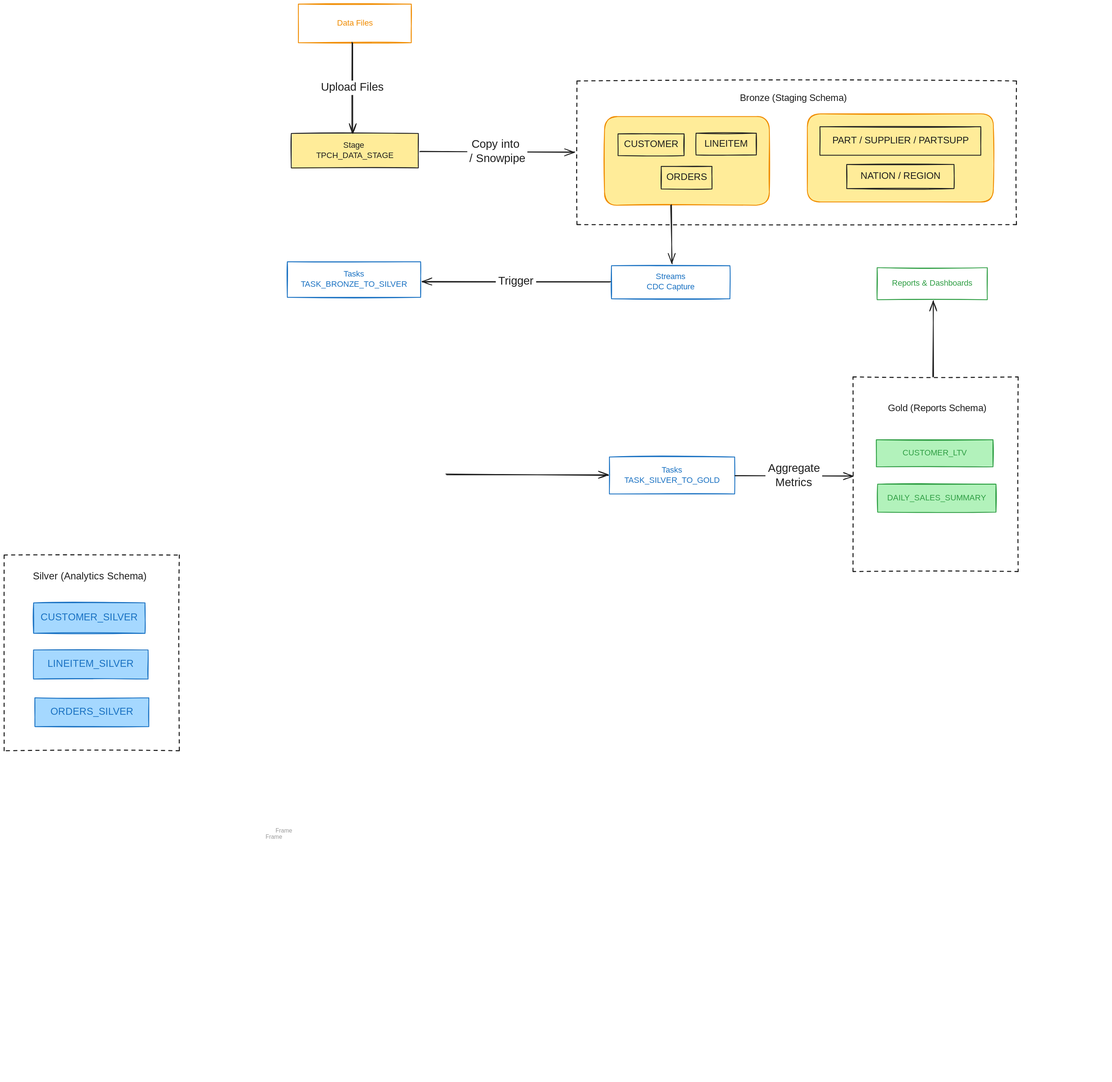
The Excalidraw diagram dataflow.excalidraw.svg in thuuyen109/snowflake-tpch-analytics, before a commit. Source tidied: one line per element, renumbered; positions are measured from the earlier drawing's top-left corner, leaving out a move shared by most shapes. The source it was exported from:
```json
{"id": 0, "type": "rectangle", "strokeColor": "#f08c00", "strokeWidth": 2, "roughness": 1, "x": 717, "y": 0, "width": 275, "height": 94}
{"id": 1, "type": "rectangle", "strokeColor": "#1e1e1e", "backgroundColor": "#ffec99", "fillStyle": "solid", "strokeWidth": 2, "roughness": 1, "x": 700, "y": 315, "width": 310, "height": 84}
{"id": 2, "type": "rectangle", "strokeColor": "#1971c2", "strokeWidth": 2, "roughness": 1, "x": 1480, "y": 637, "width": 289, "height": 81}
{"id": 3, "type": "rectangle", "strokeColor": "#1971c2", "strokeWidth": 2, "roughness": 1, "x": 690, "y": 627, "width": 325, "height": 87}
{"id": 4, "type": "rectangle", "strokeColor": "#1971c2", "strokeWidth": 2, "roughness": 1, "x": 1475, "y": 1103, "width": 305, "height": 90}
{"id": 5, "type": "rectangle", "strokeColor": "#2f9e44", "strokeWidth": 2, "roughness": 1, "x": 2127, "y": 642, "width": 268, "height": 78}
{"id": 6, "type": "text", "text": "Data Files", "strokeColor": "#f08c00", "strokeWidth": 2, "roughness": 1, "fontSize": 20, "fontFamily": 5, "textAlign": "center", "verticalAlign": "middle", "inside": 0, "x": 804, "y": 34, "width": 102, "height": 25}
{"id": 7, "type": "text", "text": "Stage \nTPCH_DATA_STAGE", "strokeColor": "#1e1e1e", "strokeWidth": 2, "roughness": 1, "fontSize": 20, "fontFamily": 5, "textAlign": "center", "verticalAlign": "middle", "inside": 1, "x": 751, "y": 332, "width": 207, "height": 50}
{"id": 8, "type": "rectangle", "strokeColor": "#f08c00", "backgroundColor": "#ffec99", "fillStyle": "solid", "strokeWidth": 2, "roughness": 1, "round": true, "x": 1957, "y": 267, "width": 453, "height": 215}
{"id": 9, "type": "rectangle", "strokeColor": "#f08c00", "backgroundColor": "#ffec99", "fillStyle": "solid", "strokeWidth": 2, "roughness": 1, "round": true, "x": 1463, "y": 274, "width": 402, "height": 216}
{"id": 10, "type": "rectangle", "strokeColor": "#1e1e1e", "strokeWidth": 2, "strokeStyle": "dashed", "roughness": 1, "x": 1396, "y": 187, "width": 1071, "height": 350}
{"id": 11, "type": "text", "text": "Bronze (Staging Schema)", "strokeColor": "#1e1e1e", "strokeWidth": 2, "roughness": 1, "fontSize": 23.16, "fontFamily": 5, "textAlign": "center", "x": 1783, "y": 215, "width": 281, "height": 29}
{"id": 12, "type": "rectangle", "strokeColor": "#1e1e1e", "strokeWidth": 2, "roughness": 1, "x": 1601, "y": 395, "width": 124, "height": 55}
{"id": 13, "type": "rectangle", "strokeColor": "#1e1e1e", "strokeWidth": 2, "roughness": 1, "x": 1686, "y": 314, "width": 147, "height": 53}
{"id": 14, "type": "rectangle", "strokeColor": "#1e1e1e", "strokeWidth": 2, "roughness": 1, "x": 1988, "y": 299, "width": 392, "height": 69}
{"id": 15, "type": "rectangle", "strokeColor": "#1e1e1e", "strokeWidth": 2, "roughness": 1, "x": 2053, "y": 390, "width": 262, "height": 59}
{"id": 16, "type": "text", "text": "ORDERS", "strokeColor": "#1e1e1e", "strokeWidth": 2, "roughness": 1, "fontSize": 23.16, "fontFamily": 5, "textAlign": "center", "verticalAlign": "middle", "inside": 12, "x": 1613, "y": 408, "width": 101, "height": 29}
{"id": 17, "type": "text", "text": "LINEITEM", "strokeColor": "#1e1e1e", "strokeWidth": 2, "roughness": 1, "fontSize": 23.16, "fontFamily": 5, "textAlign": "center", "verticalAlign": "middle", "inside": 13, "x": 1698, "y": 326, "width": 123, "height": 29}
{"id": 18, "type": "text", "text": "PART / SUPPLIER / PARTSUPP", "strokeColor": "#1e1e1e", "strokeWidth": 2, "roughness": 1, "fontSize": 23.16, "fontFamily": 5, "textAlign": "center", "verticalAlign": "middle", "inside": 14, "x": 1994, "y": 319, "width": 381, "height": 29}
{"id": 19, "type": "text", "text": "NATION / REGION", "strokeColor": "#1e1e1e", "strokeWidth": 2, "roughness": 1, "fontSize": 23.16, "fontFamily": 5, "textAlign": "center", "verticalAlign": "middle", "inside": 15, "x": 2074, "y": 405, "width": 220, "height": 29}
{"id": 20, "type": "rectangle", "strokeColor": "#1e1e1e", "strokeWidth": 2, "roughness": 1, "x": 1496, "y": 316, "width": 161, "height": 53}
{"id": 21, "type": "text", "text": "CUSTOMER", "strokeColor": "#1e1e1e", "strokeWidth": 2, "roughness": 1, "fontSize": 23.16, "fontFamily": 5, "textAlign": "center", "verticalAlign": "middle", "inside": 20, "x": 1509, "y": 328, "width": 135, "height": 29}
{"id": 22, "type": "text", "text": "Streams\nCDC Capture", "strokeColor": "#1971c2", "strokeWidth": 2, "roughness": 1, "fontSize": 20, "fontFamily": 5, "textAlign": "center", "verticalAlign": "middle", "inside": 2, "x": 1562, "y": 652, "width": 124, "height": 50}
{"id": 23, "type": "text", "text": "Tasks\nTASK_BRONZE_TO_SILVER", "strokeColor": "#1971c2", "strokeWidth": 2, "roughness": 1, "fontSize": 20, "fontFamily": 5, "textAlign": "center", "verticalAlign": "middle", "inside": 3, "x": 708, "y": 646, "width": 288, "height": 50}
{"id": 24, "type": "text", "text": "Tasks\nTASK_SILVER_TO_GOLD", "strokeColor": "#1971c2", "strokeWidth": 2, "roughness": 1, "fontSize": 20, "fontFamily": 5, "textAlign": "center", "verticalAlign": "middle", "inside": 4, "x": 1499, "y": 1123, "width": 257, "height": 50}
{"id": 25, "type": "text", "text": "Reports & Dashboards", "strokeColor": "#2f9e44", "strokeWidth": 2, "roughness": 1, "fontSize": 20, "fontFamily": 5, "textAlign": "center", "verticalAlign": "middle", "inside": 5, "x": 2149, "y": 668, "width": 224, "height": 25}
{"id": 26, "type": "arrow", "strokeColor": "#1e1e1e", "strokeWidth": 2, "roughness": 1, "endArrowhead": "arrow", "round": true, "from": 0, "to": 1, "x": 849, "y": 94, "width": 1, "height": 220, "points": [[0, 0], [-1, 220]]}
{"id": 27, "type": "text", "text": "Upload Files", "strokeColor": "#1e1e1e", "strokeWidth": 2, "roughness": 1, "fontSize": 28, "fontFamily": 5, "textAlign": "center", "verticalAlign": "middle", "inside": 26, "x": 699, "y": 1214, "width": 165, "height": 35}
{"id": 28, "type": "arrow", "strokeColor": "#1e1e1e", "backgroundColor": "#a5d8ff", "fillStyle": "solid", "strokeWidth": 2, "roughness": 1, "endArrowhead": "arrow", "round": true, "from": 1, "to": 10, "x": 1013, "y": 359, "width": 378, "height": 2, "points": [[0, 0], [378, 2]]}
{"id": 29, "type": "text", "text": "Copy into \n/ Snowpipe", "strokeColor": "#1e1e1e", "backgroundColor": "#a5d8ff", "fillStyle": "solid", "strokeWidth": 2, "roughness": 1, "fontSize": 28, "fontFamily": 5, "textAlign": "center", "verticalAlign": "middle", "inside": 28, "x": 1061, "y": 1353, "width": 146, "height": 70}
{"id": 30, "type": "arrow", "strokeColor": "#1e1e1e", "backgroundColor": "#a5d8ff", "fillStyle": "solid", "strokeWidth": 2, "roughness": 1, "endArrowhead": "arrow", "round": true, "from": 9, "to": 2, "x": 1624, "y": 490, "width": 4, "height": 142, "points": [[0, 0], [4, 142]]}
{"id": 31, "type": "arrow", "strokeColor": "#1e1e1e", "strokeWidth": 2, "roughness": 1, "endArrowhead": "arrow", "round": true, "from": 2, "to": 3, "x": 1476, "y": 676, "width": 458, "height": 1, "points": [[0, 0], [-458, -1]]}
{"id": 32, "type": "text", "text": "Trigger", "strokeColor": "#1e1e1e", "strokeWidth": 2, "strokeStyle": "dashed", "roughness": 1, "fontSize": 28, "fontFamily": 5, "textAlign": "center", "verticalAlign": "middle", "inside": 31, "x": 1131, "y": 1686, "width": 98, "height": 35}
{"id": 33, "type": "arrow", "strokeColor": "#1e1e1e", "strokeWidth": 2, "roughness": 1, "endArrowhead": "arrow", "round": true, "to": 4, "x": 1077, "y": 1145, "width": 395, "height": 2, "points": [[0, 0], [395, 2]]}
{"id": 34, "type": "rectangle", "strokeColor": "#1e1e1e", "strokeWidth": 2, "strokeStyle": "dashed", "roughness": 1, "x": 2069, "y": 908, "width": 402, "height": 474}
{"id": 35, "type": "rectangle", "strokeColor": "#2f9e44", "backgroundColor": "#b2f2bb", "fillStyle": "solid", "strokeWidth": 2, "roughness": 1, "x": 2125, "y": 1061, "width": 284, "height": 66}
{"id": 36, "type": "rectangle", "strokeColor": "#2f9e44", "backgroundColor": "#b2f2bb", "fillStyle": "solid", "strokeWidth": 2, "roughness": 1, "x": 2129, "y": 1169, "width": 288, "height": 68}
{"id": 37, "type": "text", "text": "CUSTOMER_LTV", "strokeColor": "#2f9e44", "strokeWidth": 2, "roughness": 1, "fontSize": 20, "fontFamily": 5, "textAlign": "center", "verticalAlign": "middle", "inside": 35, "x": 2183, "y": 1081, "width": 168, "height": 25}
{"id": 38, "type": "text", "text": "DAILY_SALES_SUMMARY", "strokeColor": "#2f9e44", "strokeWidth": 2, "roughness": 1, "fontSize": 20, "fontFamily": 5, "textAlign": "center", "verticalAlign": "middle", "inside": 36, "x": 2148, "y": 1191, "width": 249, "height": 25}
{"id": 39, "type": "text", "text": "Gold (Reports Schema)", "strokeColor": "#1e1e1e", "strokeWidth": 2, "roughness": 1, "fontSize": 23.55, "fontFamily": 5, "textAlign": "center", "x": 2141, "y": 970, "width": 265, "height": 29}
{"id": 40, "type": "arrow", "strokeColor": "#1e1e1e", "backgroundColor": "#b2f2bb", "fillStyle": "solid", "strokeWidth": 2, "roughness": 1, "endArrowhead": "arrow", "round": true, "from": 4, "to": 34, "x": 1781, "y": 1148, "width": 286, "height": 2, "points": [[0, 0], [286, 2]]}
{"id": 41, "type": "text", "text": "Aggregate\nMetrics", "strokeColor": "#1e1e1e", "backgroundColor": "#b2f2bb", "fillStyle": "solid", "strokeWidth": 2, "roughness": 1, "fontSize": 28, "fontFamily": 5, "textAlign": "center", "verticalAlign": "middle", "inside": 40, "x": 1788, "y": 2142, "width": 138, "height": 70}
{"id": 42, "type": "arrow", "strokeColor": "#1e1e1e", "angle": 0.04, "backgroundColor": "#b2f2bb", "fillStyle": "solid", "strokeWidth": 2, "roughness": 1, "endArrowhead": "arrow", "round": true, "from": 34, "to": 5, "x": 2267, "y": 907, "width": 7, "height": 185, "points": [[0, 0], [-7, -185]]}
{"id": 43, "type": "rectangle", "strokeColor": "#1971c2", "backgroundColor": "#a5d8ff", "fillStyle": "solid", "strokeWidth": 2, "roughness": 1, "x": 75, "y": 1689, "width": 278, "height": 70}
{"id": 44, "type": "rectangle", "strokeColor": "#1971c2", "backgroundColor": "#a5d8ff", "fillStyle": "solid", "strokeWidth": 2, "roughness": 1, "x": 72, "y": 1458, "width": 272, "height": 74}
{"id": 45, "type": "rectangle", "strokeColor": "#1971c2", "backgroundColor": "#a5d8ff", "fillStyle": "solid", "strokeWidth": 2, "roughness": 1, "x": 72, "y": 1573, "width": 279, "height": 71}
{"id": 46, "type": "text", "text": "Silver (Analytics Schema)", "strokeColor": "#1e1e1e", "strokeWidth": 2, "roughness": 1, "fontSize": 23.64, "fontFamily": 5, "textAlign": "center", "x": 66, "y": 1380, "width": 285, "height": 30}
{"id": 47, "type": "text", "text": "ORDERS_SILVER", "strokeColor": "#1971c2", "strokeWidth": 2, "roughness": 1, "fontSize": 23.64, "fontFamily": 5, "textAlign": "center", "verticalAlign": "middle", "inside": 43, "x": 110, "y": 1709, "width": 207, "height": 30}
{"id": 48, "type": "text", "text": "CUSTOMER_SILVER", "strokeColor": "#1971c2", "strokeWidth": 2, "roughness": 1, "fontSize": 23.64, "fontFamily": 5, "textAlign": "center", "verticalAlign": "middle", "inside": 44, "x": 87, "y": 1480, "width": 242, "height": 30}
{"id": 49, "type": "text", "text": "LINEITEM_SILVER", "strokeColor": "#1971c2", "strokeWidth": 2, "roughness": 1, "fontSize": 23.64, "fontFamily": 5, "textAlign": "center", "verticalAlign": "middle", "inside": 45, "x": 96, "y": 1593, "width": 230, "height": 30}
{"id": 50, "type": "rectangle", "strokeColor": "#1e1e1e", "strokeWidth": 2, "strokeStyle": "dashed", "roughness": 1, "x": 0, "y": 1342, "width": 427, "height": 477}
```
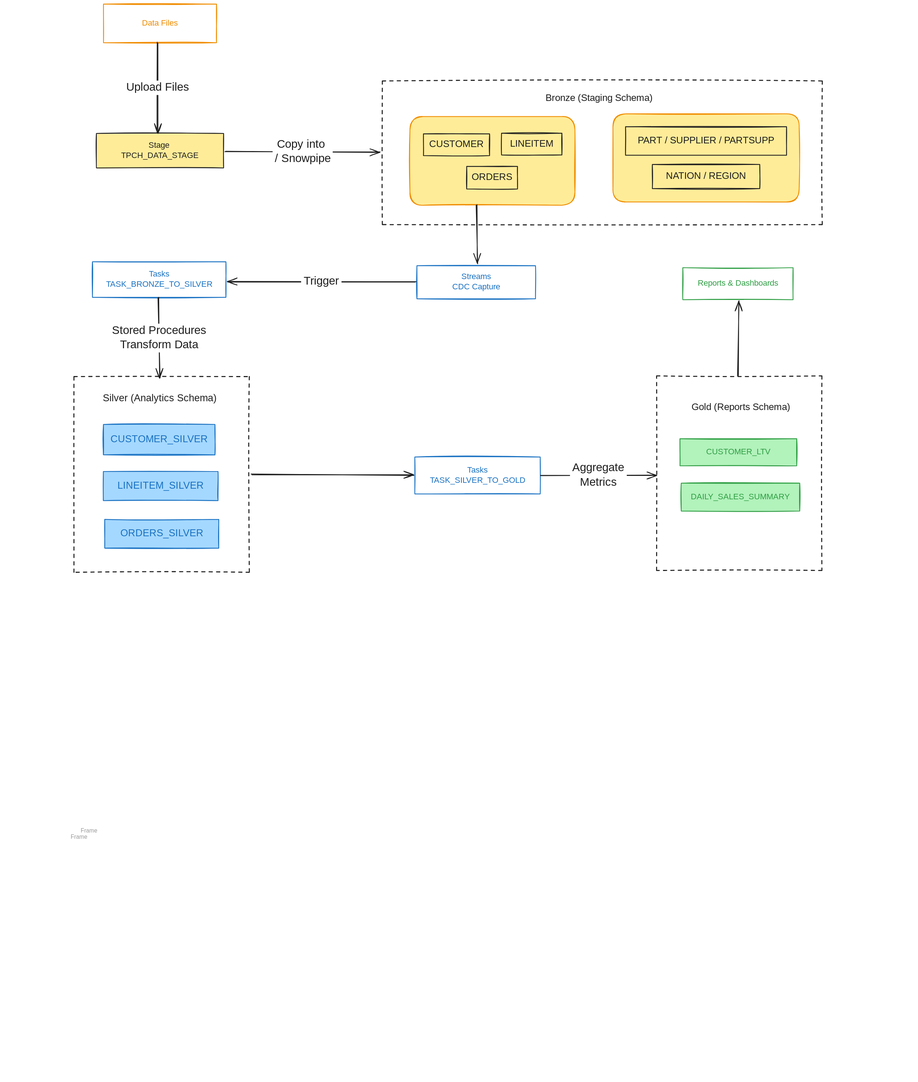
After the change.

What changed in the source:
```diff
@@ -32,20 +32,22 @@
 {"id": 31, "type": "arrow", "strokeColor": "#1e1e1e", "strokeWidth": 2, "roughness": 1, "endArrowhead": "arrow", "round": true, "from": 2, "to": 3, "x": 1476, "y": 676, "width": 458, "height": 1, "points": [[0, 0], [-458, -1]]}
 {"id": 32, "type": "text", "text": "Trigger", "strokeColor": "#1e1e1e", "strokeWidth": 2, "strokeStyle": "dashed", "roughness": 1, "fontSize": 28, "fontFamily": 5, "textAlign": "center", "verticalAlign": "middle", "inside": 31, "x": 1131, "y": 1686, "width": 98, "height": 35}
 {"id": 33, "type": "arrow", "strokeColor": "#1e1e1e", "strokeWidth": 2, "roughness": 1, "endArrowhead": "arrow", "round": true, "to": 4, "x": 1077, "y": 1145, "width": 395, "height": 2, "points": [[0, 0], [395, 2]]}
-{"id": 34, "type": "rectangle", "strokeColor": "#1e1e1e", "strokeWidth": 2, "strokeStyle": "dashed", "roughness": 1, "x": 2069, "y": 908, "width": 402, "height": 474}
+{"id": 34, "type": "rectangle", "strokeColor": "#1e1e1e", "strokeWidth": 2, "strokeStyle": "dashed", "roughness": 1, "x": 2064, "y": 905, "width": 402, "height": 474}
-{"id": 35, "type": "rectangle", "strokeColor": "#2f9e44", "backgroundColor": "#b2f2bb", "fillStyle": "solid", "strokeWidth": 2, "roughness": 1, "x": 2125, "y": 1061, "width": 284, "height": 66}
+{"id": 35, "type": "rectangle", "strokeColor": "#2f9e44", "backgroundColor": "#b2f2bb", "fillStyle": "solid", "strokeWidth": 2, "roughness": 1, "x": 2120, "y": 1058, "width": 284, "height": 66}
-{"id": 36, "type": "rectangle", "strokeColor": "#2f9e44", "backgroundColor": "#b2f2bb", "fillStyle": "solid", "strokeWidth": 2, "roughness": 1, "x": 2129, "y": 1169, "width": 288, "height": 68}
+{"id": 36, "type": "rectangle", "strokeColor": "#2f9e44", "backgroundColor": "#b2f2bb", "fillStyle": "solid", "strokeWidth": 2, "roughness": 1, "x": 2124, "y": 1167, "width": 288, "height": 68}
-{"id": 37, "type": "text", "text": "CUSTOMER_LTV", "strokeColor": "#2f9e44", "strokeWidth": 2, "roughness": 1, "fontSize": 20, "fontFamily": 5, "textAlign": "center", "verticalAlign": "middle", "inside": 35, "x": 2183, "y": 1081, "width": 168, "height": 25}
+{"id": 37, "type": "text", "text": "CUSTOMER_LTV", "strokeColor": "#2f9e44", "strokeWidth": 2, "roughness": 1, "fontSize": 20, "fontFamily": 5, "textAlign": "center", "verticalAlign": "middle", "inside": 35, "x": 2178, "y": 1079, "width": 168, "height": 25}
-{"id": 38, "type": "text", "text": "DAILY_SALES_SUMMARY", "strokeColor": "#2f9e44", "strokeWidth": 2, "roughness": 1, "fontSize": 20, "fontFamily": 5, "textAlign": "center", "verticalAlign": "middle", "inside": 36, "x": 2148, "y": 1191, "width": 249, "height": 25}
+{"id": 38, "type": "text", "text": "DAILY_SALES_SUMMARY", "strokeColor": "#2f9e44", "strokeWidth": 2, "roughness": 1, "fontSize": 20, "fontFamily": 5, "textAlign": "center", "verticalAlign": "middle", "inside": 36, "x": 2143, "y": 1188, "width": 249, "height": 25}
-{"id": 39, "type": "text", "text": "Gold (Reports Schema)", "strokeColor": "#1e1e1e", "strokeWidth": 2, "roughness": 1, "fontSize": 23.55, "fontFamily": 5, "textAlign": "center", "x": 2141, "y": 970, "width": 265, "height": 29}
+{"id": 39, "type": "text", "text": "Gold (Reports Schema)", "strokeColor": "#1e1e1e", "strokeWidth": 2, "roughness": 1, "fontSize": 23.55, "fontFamily": 5, "textAlign": "center", "x": 2136, "y": 968, "width": 265, "height": 29}
-{"id": 40, "type": "arrow", "strokeColor": "#1e1e1e", "backgroundColor": "#b2f2bb", "fillStyle": "solid", "strokeWidth": 2, "roughness": 1, "endArrowhead": "arrow", "round": true, "from": 4, "to": 34, "x": 1781, "y": 1148, "width": 286, "height": 2, "points": [[0, 0], [286, 2]]}
+{"id": 40, "type": "arrow", "strokeColor": "#1e1e1e", "backgroundColor": "#b2f2bb", "fillStyle": "solid", "strokeWidth": 2, "roughness": 1, "endArrowhead": "arrow", "round": true, "from": 4, "to": 34, "x": 1781, "y": 1148, "width": 281, "height": 0, "points": [[0, 0], [281, 0]]}
-{"id": 41, "type": "text", "text": "Aggregate\nMetrics", "strokeColor": "#1e1e1e", "backgroundColor": "#b2f2bb", "fillStyle": "solid", "strokeWidth": 2, "roughness": 1, "fontSize": 28, "fontFamily": 5, "textAlign": "center", "verticalAlign": "middle", "inside": 40, "x": 1788, "y": 2142, "width": 138, "height": 70}
+{"id": 41, "type": "text", "text": "Aggregate\nMetrics", "strokeColor": "#1e1e1e", "backgroundColor": "#b2f2bb", "fillStyle": "solid", "strokeWidth": 2, "roughness": 1, "fontSize": 28, "fontFamily": 5, "textAlign": "center", "verticalAlign": "middle", "inside": 40, "x": 1853, "y": 1113, "width": 138, "height": 70}
-{"id": 42, "type": "arrow", "strokeColor": "#1e1e1e", "angle": 0.04, "backgroundColor": "#b2f2bb", "fillStyle": "solid", "strokeWidth": 2, "roughness": 1, "endArrowhead": "arrow", "round": true, "from": 34, "to": 5, "x": 2267, "y": 907, "width": 7, "height": 185, "points": [[0, 0], [-7, -185]]}
+{"id": 42, "type": "arrow", "strokeColor": "#1e1e1e", "angle": 0.04, "backgroundColor": "#b2f2bb", "fillStyle": "solid", "strokeWidth": 2, "roughness": 1, "endArrowhead": "arrow", "round": true, "from": 34, "to": 5, "x": 2265, "y": 904, "width": 5, "height": 182, "points": [[0, 0], [-5, -182]]}
-{"id": 43, "type": "rectangle", "strokeColor": "#1971c2", "backgroundColor": "#a5d8ff", "fillStyle": "solid", "strokeWidth": 2, "roughness": 1, "x": 75, "y": 1689, "width": 278, "height": 70}
+{"id": 43, "type": "rectangle", "strokeColor": "#1971c2", "backgroundColor": "#a5d8ff", "fillStyle": "solid", "strokeWidth": 2, "roughness": 1, "x": 720, "y": 1255, "width": 278, "height": 70}
-{"id": 44, "type": "rectangle", "strokeColor": "#1971c2", "backgroundColor": "#a5d8ff", "fillStyle": "solid", "strokeWidth": 2, "roughness": 1, "x": 72, "y": 1458, "width": 272, "height": 74}
+{"id": 44, "type": "rectangle", "strokeColor": "#1971c2", "backgroundColor": "#a5d8ff", "fillStyle": "solid", "strokeWidth": 2, "roughness": 1, "x": 717, "y": 1024, "width": 272, "height": 74}
-{"id": 45, "type": "rectangle", "strokeColor": "#1971c2", "backgroundColor": "#a5d8ff", "fillStyle": "solid", "strokeWidth": 2, "roughness": 1, "x": 72, "y": 1573, "width": 279, "height": 71}
+{"id": 45, "type": "rectangle", "strokeColor": "#1971c2", "backgroundColor": "#a5d8ff", "fillStyle": "solid", "strokeWidth": 2, "roughness": 1, "x": 717, "y": 1138, "width": 279, "height": 71}
-{"id": 46, "type": "text", "text": "Silver (Analytics Schema)", "strokeColor": "#1e1e1e", "strokeWidth": 2, "roughness": 1, "fontSize": 23.64, "fontFamily": 5, "textAlign": "center", "x": 66, "y": 1380, "width": 285, "height": 30}
+{"id": 46, "type": "text", "text": "Silver (Analytics Schema)", "strokeColor": "#1e1e1e", "strokeWidth": 2, "roughness": 1, "fontSize": 23.64, "fontFamily": 5, "textAlign": "center", "x": 711, "y": 946, "width": 285, "height": 30}
-{"id": 47, "type": "text", "text": "ORDERS_SILVER", "strokeColor": "#1971c2", "strokeWidth": 2, "roughness": 1, "fontSize": 23.64, "fontFamily": 5, "textAlign": "center", "verticalAlign": "middle", "inside": 43, "x": 110, "y": 1709, "width": 207, "height": 30}
+{"id": 47, "type": "text", "text": "ORDERS_SILVER", "strokeColor": "#1971c2", "strokeWidth": 2, "roughness": 1, "fontSize": 23.64, "fontFamily": 5, "textAlign": "center", "verticalAlign": "middle", "inside": 43, "x": 755, "y": 1275, "width": 207, "height": 30}
-{"id": 48, "type": "text", "text": "CUSTOMER_SILVER", "strokeColor": "#1971c2", "strokeWidth": 2, "roughness": 1, "fontSize": 23.64, "fontFamily": 5, "textAlign": "center", "verticalAlign": "middle", "inside": 44, "x": 87, "y": 1480, "width": 242, "height": 30}
+{"id": 48, "type": "text", "text": "CUSTOMER_SILVER", "strokeColor": "#1971c2", "strokeWidth": 2, "roughness": 1, "fontSize": 23.64, "fontFamily": 5, "textAlign": "center", "verticalAlign": "middle", "inside": 44, "x": 732, "y": 1046, "width": 242, "height": 30}
-{"id": 49, "type": "text", "text": "LINEITEM_SILVER", "strokeColor": "#1971c2", "strokeWidth": 2, "roughness": 1, "fontSize": 23.64, "fontFamily": 5, "textAlign": "center", "verticalAlign": "middle", "inside": 45, "x": 96, "y": 1593, "width": 230, "height": 30}
+{"id": 49, "type": "text", "text": "LINEITEM_SILVER", "strokeColor": "#1971c2", "strokeWidth": 2, "roughness": 1, "fontSize": 23.64, "fontFamily": 5, "textAlign": "center", "verticalAlign": "middle", "inside": 45, "x": 741, "y": 1159, "width": 230, "height": 30}
-{"id": 50, "type": "rectangle", "strokeColor": "#1e1e1e", "strokeWidth": 2, "strokeStyle": "dashed", "roughness": 1, "x": 0, "y": 1342, "width": 427, "height": 477}
+{"id": 50, "type": "rectangle", "strokeColor": "#1e1e1e", "strokeWidth": 2, "strokeStyle": "dashed", "roughness": 1, "x": 645, "y": 907, "width": 427, "height": 477}
+{"id": 51, "type": "arrow", "strokeColor": "#1e1e1e", "backgroundColor": "#b2f2bb", "fillStyle": "solid", "strokeWidth": 2, "roughness": 1, "endArrowhead": "arrow", "round": true, "from": 3, "to": 50, "x": 850, "y": 716, "width": 5, "height": 195, "points": [[0, 0], [5, 195]]}
+{"id": 52, "type": "text", "text": "Stored Procedures\nTransform Data", "strokeColor": "#1e1e1e", "backgroundColor": "#b2f2bb", "fillStyle": "solid", "strokeWidth": 2, "roughness": 1, "fontSize": 28, "fontFamily": 5, "textAlign": "center", "verticalAlign": "middle", "inside": 51, "x": 726, "y": 778, "width": 254, "height": 70}
```
